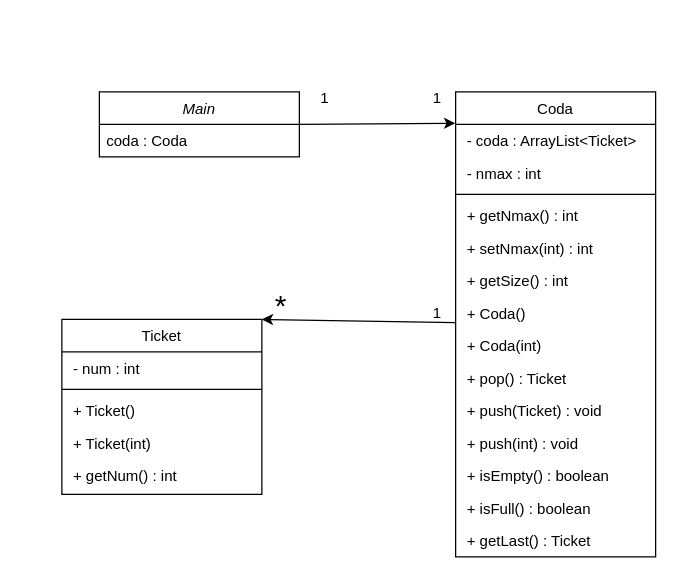
ErCookies/Scuola keeps this draw.io diagram as Cookie/Esercizi/Info/Java/Casa/2024-12-06_Coda-Ticket/Coda-Ticket.drawio. Above is the earlier version. Source tidied: cells renumbered, new cells numbered last; positions are measured from the earlier drawing's top-left corner, leaving out a move shared by most shapes. Both pictures are drawn from the tidied source at 125%, with x=0, y=0 at pixel (61, 79).
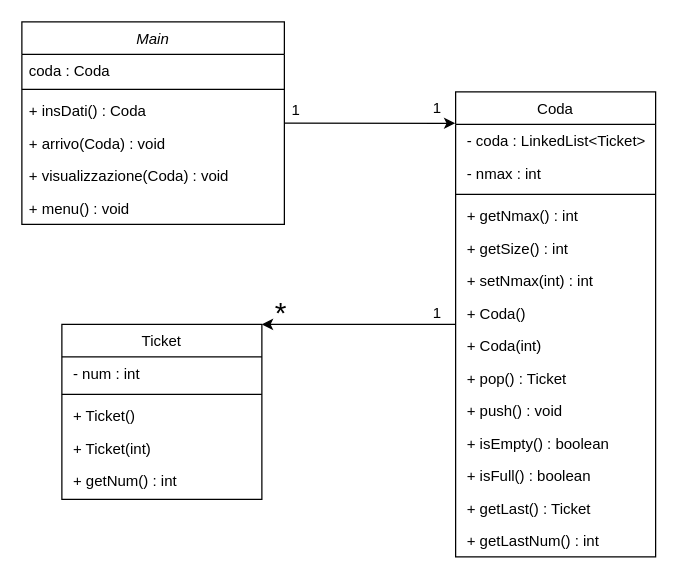
The same diagram, later.

Commit message (it also covers changes not shown here):
update uml coda-ticket

Unchanged cells that the change refers to:
```xml
<mxCell id="10" value="Coda&#10;" style="swimlane;fontStyle=0;align=center;verticalAlign=top;horizontal=1;startSize=26;rounded=0;shadow=0;strokeWidth=1;" parent="1" vertex="1">
  <mxGeometry x="315" y="10" width="160" height="372" as="geometry" />
</mxCell>
```

Diff of the diagram source:
```diff
@@
     <mxCell id="2" value="Main" style="swimlane;fontStyle=2;align=center;verticalAlign=top;horizontal=1;startSize=26;rounded=0;shadow=0;strokeWidth=1;" parent="1" vertex="1">
-      <mxGeometry x="30" y="10" width="160" height="52" as="geometry" />
+      <mxGeometry x="-32" y="-46" width="210" height="162" as="geometry" />
     </mxCell>
     <mxCell id="3" value="coda : Coda" style="text;align=left;verticalAlign=top;spacingLeft=4;spacingRight=4;overflow=hidden;" parent="2" vertex="1">
-      <mxGeometry y="26" width="160" height="26" as="geometry" />
+      <mxGeometry y="26" width="210" height="24" as="geometry" />
     </mxCell>
+    <mxCell id="31" style="line;html=1;strokeWidth=1;align=left;verticalAlign=middle;spacingTop=-1;spacingLeft=3;spacingRight=3;labelPosition=right;" parent="2" vertex="1">
+      <mxGeometry y="50" width="210" height="8" as="geometry" />
+    </mxCell>
+    <mxCell id="32" value="+ insDati() : Coda" style="text;align=left;verticalAlign=top;spacingLeft=4;spacingRight=4;overflow=hidden;" parent="2" vertex="1">
+      <mxGeometry y="58" width="210" height="26" as="geometry" />
+    </mxCell>
+    <mxCell id="33" value="+ arrivo(Coda) : void" style="text;align=left;verticalAlign=top;spacingLeft=4;spacingRight=4;overflow=hidden;" parent="2" vertex="1">
+      <mxGeometry y="84" width="210" height="26" as="geometry" />
+    </mxCell>
+    <mxCell id="34" value="+ visualizzazione(Coda) : void" style="text;align=left;verticalAlign=top;spacingLeft=4;spacingRight=4;overflow=hidden;" parent="2" vertex="1">
+      <mxGeometry y="110" width="210" height="26" as="geometry" />
+    </mxCell>
+    <mxCell id="35" value="+ menu() : void" style="text;align=left;verticalAlign=top;spacingLeft=4;spacingRight=4;overflow=hidden;" parent="2" vertex="1">
+      <mxGeometry y="136" width="210" height="26" as="geometry" />
+    </mxCell>
     <mxCell id="4" value="Ticket" style="swimlane;fontStyle=0;align=center;verticalAlign=top;horizontal=1;startSize=26;rounded=0;shadow=0;strokeWidth=1;" parent="1" vertex="1">
-      <mxGeometry y="192" width="160" height="140" as="geometry" />
+      <mxGeometry y="196" width="160" height="140" as="geometry" />
     </mxCell>
@@
-    <mxCell id="11" value=" - coda : ArrayList&lt;Ticket&gt;" style="text;align=left;verticalAlign=top;spacingLeft=4;spacingRight=4;overflow=hidden;points=[[0,0.5],[1,0.5]];portConstraint=eastwest;" parent="10" vertex="1">
+    <mxCell id="11" value=" - coda : LinkedList&lt;Ticket&gt;" style="text;align=left;verticalAlign=top;spacingLeft=4;spacingRight=4;overflow=hidden;points=[[0,0.5],[1,0.5]];portConstraint=eastwest;" parent="10" vertex="1">
       <mxGeometry y="26" width="160" height="26" as="geometry" />
     </mxCell>
@@
+    <mxCell id="16" value=" + getSize() : int" style="text;align=left;verticalAlign=top;spacingLeft=4;spacingRight=4;overflow=hidden;" parent="10" vertex="1">
+      <mxGeometry y="112" width="160" height="26" as="geometry" />
+    </mxCell>
     <mxCell id="15" value=" + setNmax(int) : int" style="text;align=left;verticalAlign=top;spacingLeft=4;spacingRight=4;overflow=hidden;" parent="10" vertex="1">
-      <mxGeometry y="112" width="160" height="26" as="geometry" />
+      <mxGeometry y="138" width="160" height="26" as="geometry" />
     </mxCell>
-    <mxCell id="16" value=" + getSize() : int" style="text;align=left;verticalAlign=top;spacingLeft=4;spacingRight=4;overflow=hidden;" parent="10" vertex="1">
-      <mxGeometry y="138" width="160" height="26" as="geometry" />
-    </mxCell>
@@
-    <mxCell id="20" value=" + push(Ticket) : void" style="text;align=left;verticalAlign=top;spacingLeft=4;spacingRight=4;overflow=hidden;" parent="10" vertex="1">
+    <mxCell id="20" value=" + push() : void" style="text;align=left;verticalAlign=top;spacingLeft=4;spacingRight=4;overflow=hidden;" parent="10" vertex="1">
       <mxGeometry y="242" width="160" height="26" as="geometry" />
     </mxCell>
-    <mxCell id="21" value=" + push(int) : void" style="text;align=left;verticalAlign=top;spacingLeft=4;spacingRight=4;overflow=hidden;" parent="10" vertex="1">
-      <mxGeometry y="268" width="160" height="26" as="geometry" />
-    </mxCell>
     <mxCell id="22" value=" + isEmpty() : boolean " style="text;align=left;verticalAlign=top;spacingLeft=4;spacingRight=4;overflow=hidden;" parent="10" vertex="1">
-      <mxGeometry y="294" width="160" height="26" as="geometry" />
+      <mxGeometry y="268" width="160" height="26" as="geometry" />
     </mxCell>
     <mxCell id="23" value=" + isFull() : boolean" style="text;align=left;verticalAlign=top;spacingLeft=4;spacingRight=4;overflow=hidden;" parent="10" vertex="1">
-      <mxGeometry y="320" width="160" height="26" as="geometry" />
+      <mxGeometry y="294" width="160" height="26" as="geometry" />
     </mxCell>
     <mxCell id="24" value=" + getLast() : Ticket" style="text;align=left;verticalAlign=top;spacingLeft=4;spacingRight=4;overflow=hidden;" parent="10" vertex="1">
-      <mxGeometry y="346" width="160" height="26" as="geometry" />
+      <mxGeometry y="320" width="160" height="26" as="geometry" />
     </mxCell>
+    <mxCell id="36" value=" + getLastNum() : int" style="text;align=left;verticalAlign=top;spacingLeft=4;spacingRight=4;overflow=hidden;" parent="10" vertex="1">
+      <mxGeometry y="346" width="160" height="26" as="geometry" />
+    </mxCell>
@@
     <mxCell id="26" value="1" style="text;html=1;align=center;verticalAlign=middle;strokeColor=none;fillColor=none;" parent="1" vertex="1">
-      <mxGeometry x="195" width="30" height="30" as="geometry" />
+      <mxGeometry x="172" y="10" width="30" height="30" as="geometry" />
     </mxCell>
     <mxCell id="27" value="1" style="text;html=1;align=center;verticalAlign=middle;strokeColor=none;fillColor=none;" parent="1" vertex="1">
-      <mxGeometry x="285" width="30" height="30" as="geometry" />
+      <mxGeometry x="285" y="8" width="30" height="30" as="geometry" />
     </mxCell>
@@
     <mxCell id="30" value="*" style="text;html=1;align=center;verticalAlign=middle;strokeColor=none;fillColor=none;fontSize=24;" parent="1" vertex="1">
-      <mxGeometry x="160" y="162" width="30" height="40" as="geometry" />
+      <mxGeometry x="160" y="167" width="30" height="40" as="geometry" />
     </mxCell>
```
